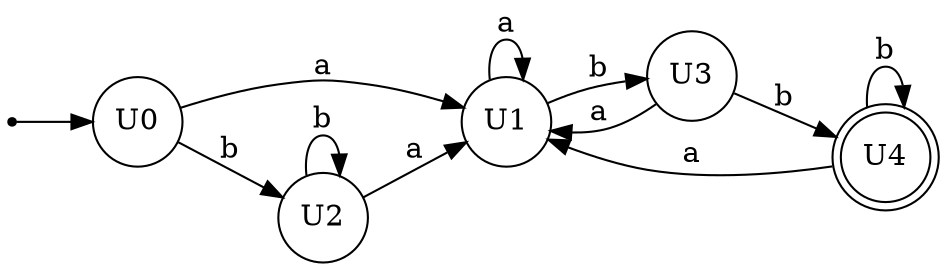
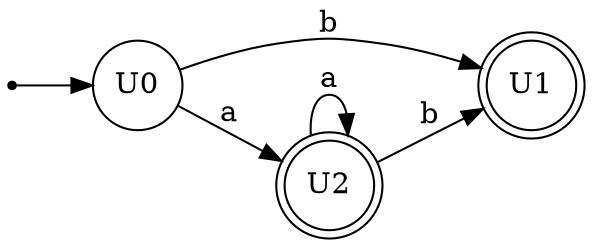
digraph AFD {
    rankdir=LR;
    node [fixedsize=true, width=0.6, height=0.6];
    inic [shape=point, height=0.05, label=""];
    inic -> U0;
    U0 [shape=circle];
-     U1 [shape=circle];
-     U2 [shape=circle];
-     U3 [shape=circle];
-     U4 [shape=doublecircle];
-     U0 -> U1 [label="a"];
-     U0 -> U2 [label="b"];
-     U1 -> U1 [label="a"];
-     U1 -> U3 [label="b"];
-     U2 -> U1 [label="a"];
-     U2 -> U2 [label="b"];
-     U3 -> U1 [label="a"];
-     U3 -> U4 [label="b"];
-     U4 -> U1 [label="a"];
-     U4 -> U4 [label="b"];
+     U1 [shape=doublecircle];
+     U2 [shape=doublecircle];
+     U0 -> U1 [label="b"];
+     U0 -> U2 [label="a"];
+     U2 -> U1 [label="b"];
+     U2 -> U2 [label="a"];
}
